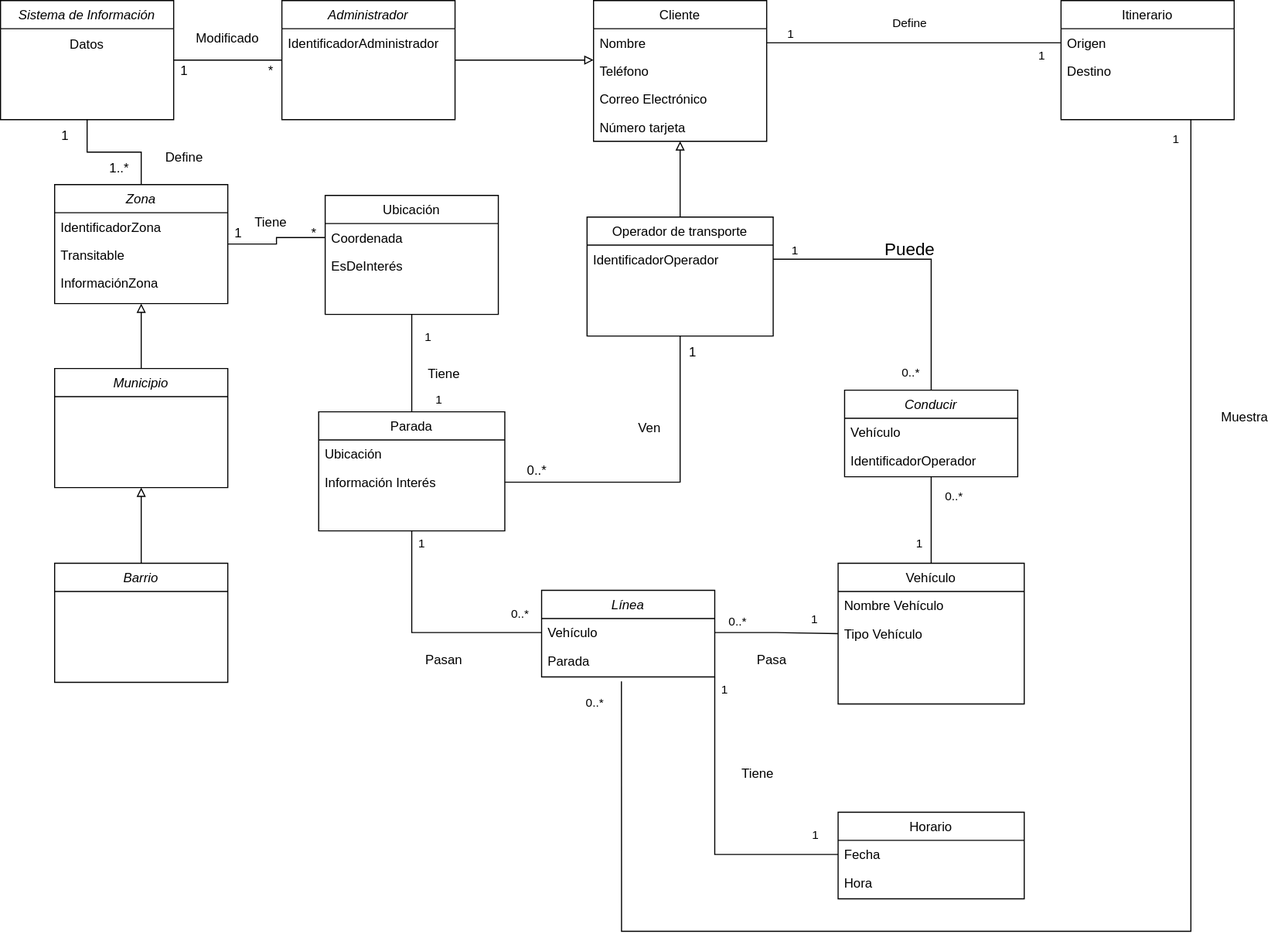
Above: Proyecto/svgs/DiagramaSIIT.drawio (1).svg in javimlopez/INRE-UAL-Azul-2022 (draw.io), before the change. Source tidied: cells renumbered, new cells last; positions are measured from the earlier drawing's top-left corner, leaving out a move shared by most shapes.
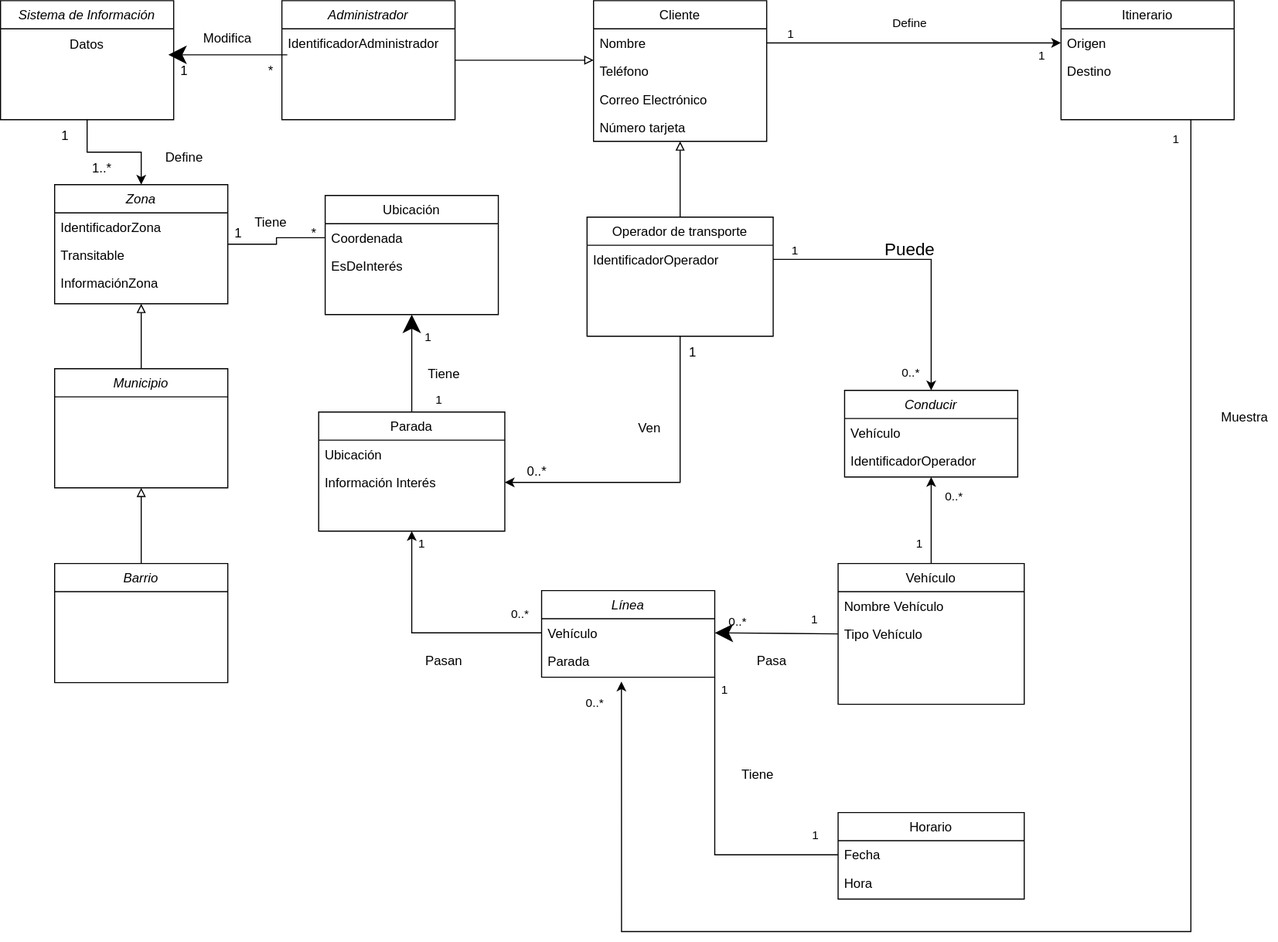
Above is the later version.

What changed in the source:
```diff
@@ -16,14 +16,6 @@
     <mxCell id="4" value="IdentificadorAdministrador" style="text;align=left;verticalAlign=top;spacingLeft=4;spacingRight=4;overflow=hidden;" parent="3" vertex="1">
       <mxGeometry y="26" width="160" height="26" as="geometry" />
     </mxCell>
-    <mxCell id="5" style="edgeStyle=orthogonalEdgeStyle;rounded=0;jettySize=auto;html=1;exitX=0.5;exitY=1;exitDx=0;exitDy=0;entryX=0.5;entryY=0;entryDx=0;entryDy=0;endArrow=none;endFill=0;" parent="1" edge="1" source="6" target="28">
-      <mxGeometry relative="1" as="geometry">
-        <Array as="points">
-          <mxPoint x="380" y="310" />
-          <mxPoint x="380" y="310" />
-        </Array>
-      </mxGeometry>
-    </mxCell>
     <mxCell id="6" value="Ubicación" style="swimlane;fontStyle=0;align=center;verticalAlign=top;horizontal=1;startSize=26;rounded=0;shadow=0;strokeWidth=1;" parent="1" vertex="1">
       <mxGeometry x="300" y="180" width="160" height="110" as="geometry" />
     </mxCell>
@@ -33,7 +25,7 @@
     <mxCell id="8" value="EsDeInterés" style="text;align=left;verticalAlign=top;spacingLeft=4;spacingRight=4;overflow=hidden;" parent="6" vertex="1">
       <mxGeometry y="52" width="160" height="26" as="geometry" />
     </mxCell>
-    <mxCell id="9" style="edgeStyle=orthogonalEdgeStyle;rounded=0;jettySize=auto;html=1;exitX=0.75;exitY=1;exitDx=0;exitDy=0;entryX=0.461;entryY=1.231;entryDx=0;entryDy=0;endArrow=none;endFill=0;entryPerimeter=0;" parent="1" edge="1" source="10" target="21">
+    <mxCell id="9" style="edgeStyle=orthogonalEdgeStyle;rounded=0;jettySize=auto;html=1;exitX=0.75;exitY=1;exitDx=0;exitDy=0;entryX=0.461;entryY=1.231;entryDx=0;entryDy=0;endArrow=classic;endFill=1;entryPerimeter=0;" parent="1" edge="1" source="10" target="21">
       <mxGeometry relative="1" as="geometry">
         <Array as="points">
           <mxPoint x="1100" y="860" />
@@ -77,7 +69,7 @@
     <mxCell id="21" value="Parada" style="text;align=left;verticalAlign=top;spacingLeft=4;spacingRight=4;overflow=hidden;points=[[0,0.5],[1,0.5]];portConstraint=eastwest;rounded=0;shadow=0;html=0;" parent="19" vertex="1">
       <mxGeometry y="52" width="160" height="26" as="geometry" />
     </mxCell>
-    <mxCell id="22" style="edgeStyle=orthogonalEdgeStyle;rounded=0;jettySize=auto;html=1;exitX=0.5;exitY=1;exitDx=0;exitDy=0;entryX=1;entryY=0.5;entryDx=0;entryDy=0;endArrow=none;endFill=0;" parent="1" edge="1" source="23" target="30">
+    <mxCell id="22" style="edgeStyle=orthogonalEdgeStyle;rounded=0;jettySize=auto;html=1;exitX=0.5;exitY=1;exitDx=0;exitDy=0;entryX=1;entryY=0.5;entryDx=0;entryDy=0;endArrow=classic;endFill=1;" parent="1" edge="1" source="23" target="30">
       <mxGeometry relative="1" as="geometry" />
     </mxCell>
     <mxCell id="23" value="Operador de transporte" style="swimlane;fontStyle=0;align=center;verticalAlign=top;horizontal=1;startSize=26;rounded=0;shadow=0;strokeWidth=1;" parent="1" vertex="1">
@@ -95,6 +87,9 @@
     <mxCell id="27" value="Hora" style="text;align=left;verticalAlign=top;spacingLeft=4;spacingRight=4;overflow=hidden;" parent="25" vertex="1">
       <mxGeometry y="52" width="172" height="26" as="geometry" />
     </mxCell>
+    <mxCell id="91" style="edgeStyle=none;rounded=0;jettySize=auto;html=1;exitX=0.5;exitY=0;exitDx=0;exitDy=0;entryX=0.5;entryY=1;entryDx=0;entryDy=0;fontSize=12;endArrow=classic;endFill=1;startSize=14;endSize=14;sourcePerimeterSpacing=8;targetPerimeterSpacing=6;" parent="1" edge="1" source="28" target="6">
+      <mxGeometry relative="1" as="geometry" />
+    </mxCell>
     <mxCell id="28" value="Parada" style="swimlane;fontStyle=0;align=center;verticalAlign=top;horizontal=1;startSize=26;rounded=0;shadow=0;strokeWidth=1;" parent="1" vertex="1">
       <mxGeometry x="294" y="380" width="172" height="110" as="geometry" />
     </mxCell>
@@ -104,7 +99,7 @@
     <mxCell id="30" value="Información Interés" style="text;align=left;verticalAlign=top;spacingLeft=4;spacingRight=4;overflow=hidden;points=[[0,0.5],[1,0.5]];portConstraint=eastwest;" parent="28" vertex="1">
       <mxGeometry y="52" width="172" height="26" as="geometry" />
     </mxCell>
-    <mxCell id="31" style="edgeStyle=orthogonalEdgeStyle;rounded=0;jettySize=auto;html=1;exitX=0.5;exitY=0;exitDx=0;exitDy=0;endArrow=none;endFill=0;" parent="1" edge="1" source="32" target="36">
+    <mxCell id="31" style="edgeStyle=orthogonalEdgeStyle;rounded=0;jettySize=auto;html=1;exitX=0.5;exitY=0;exitDx=0;exitDy=0;endArrow=classic;endFill=1;" parent="1" edge="1" source="32" target="36">
       <mxGeometry relative="1" as="geometry" />
     </mxCell>
     <mxCell id="32" value="Vehículo" style="swimlane;fontStyle=0;align=center;verticalAlign=top;horizontal=1;startSize=26;rounded=0;shadow=0;strokeWidth=1;" parent="1" vertex="1">
@@ -128,7 +123,7 @@
     <mxCell id="38" value="IdentificadorOperador" style="text;align=left;verticalAlign=top;spacingLeft=4;spacingRight=4;overflow=hidden;rounded=0;shadow=0;html=0;" parent="36" vertex="1">
       <mxGeometry y="52" width="160" height="26" as="geometry" />
     </mxCell>
-    <mxCell id="39" style="edgeStyle=orthogonalEdgeStyle;rounded=0;jettySize=auto;html=1;exitX=1;exitY=0.5;exitDx=0;exitDy=0;entryX=0.5;entryY=0;entryDx=0;entryDy=0;endArrow=none;endFill=0;" parent="1" edge="1" source="24" target="36">
+    <mxCell id="39" style="edgeStyle=orthogonalEdgeStyle;rounded=0;jettySize=auto;html=1;exitX=1;exitY=0.5;exitDx=0;exitDy=0;entryX=0.5;entryY=0;entryDx=0;entryDy=0;endArrow=classic;endFill=1;" parent="1" edge="1" source="24" target="36">
       <mxGeometry relative="1" as="geometry" />
     </mxCell>
     <mxCell id="40" value="1" style="edgeLabel;html=1;align=center;verticalAlign=middle;" parent="39" vertex="1">
@@ -141,12 +136,9 @@
         <mxPoint x="-17" as="offset" />
       </mxGeometry>
     </mxCell>
-    <mxCell id="42" style="edgeStyle=orthogonalEdgeStyle;rounded=0;jettySize=auto;html=1;exitX=0;exitY=0.5;exitDx=0;exitDy=0;entryX=0.5;entryY=1;entryDx=0;entryDy=0;endArrow=none;endFill=0;" parent="1" edge="1" source="20" target="28">
+    <mxCell id="42" style="edgeStyle=orthogonalEdgeStyle;rounded=0;jettySize=auto;html=1;exitX=0;exitY=0.5;exitDx=0;exitDy=0;entryX=0.5;entryY=1;entryDx=0;entryDy=0;endArrow=classic;endFill=1;" parent="1" edge="1" source="20" target="28">
       <mxGeometry relative="1" as="geometry" />
     </mxCell>
-    <mxCell id="43" style="edgeStyle=orthogonalEdgeStyle;rounded=0;jettySize=auto;html=1;exitX=1;exitY=0.5;exitDx=0;exitDy=0;endArrow=none;endFill=0;" parent="1" edge="1" source="20" target="32">
-      <mxGeometry relative="1" as="geometry" />
-    </mxCell>
     <mxCell id="44" value="1" style="edgeLabel;html=1;align=center;verticalAlign=middle;" parent="1" vertex="1">
       <mxGeometry x="743" y="240" as="geometry">
         <mxPoint x="8" y="331" as="offset" />
@@ -177,7 +169,7 @@
         <mxPoint x="30" y="104" as="offset" />
       </mxGeometry>
     </mxCell>
-    <mxCell id="50" style="edgeStyle=orthogonalEdgeStyle;rounded=0;jettySize=auto;html=1;exitX=1;exitY=0.5;exitDx=0;exitDy=0;entryX=0;entryY=0.5;entryDx=0;entryDy=0;endArrow=none;endFill=0;" parent="1" edge="1" source="14" target="11">
+    <mxCell id="50" style="edgeStyle=orthogonalEdgeStyle;rounded=0;jettySize=auto;html=1;exitX=1;exitY=0.5;exitDx=0;exitDy=0;entryX=0;entryY=0.5;entryDx=0;entryDy=0;endArrow=classic;endFill=1;" parent="1" edge="1" source="14" target="11">
       <mxGeometry relative="1" as="geometry" />
     </mxCell>
     <mxCell id="51" value="1" style="edgeLabel;html=1;align=center;verticalAlign=middle;" parent="50" vertex="1">
@@ -257,12 +249,9 @@
     <mxCell id="71" value="0..*" style="text;html=1;strokeColor=none;fillColor=none;align=center;verticalAlign=middle;whiteSpace=wrap;rounded=0;" parent="1" vertex="1">
       <mxGeometry x="466" y="420" width="60" height="30" as="geometry" />
     </mxCell>
-    <mxCell id="72" style="edgeStyle=orthogonalEdgeStyle;rounded=0;jettySize=auto;html=1;exitX=0.5;exitY=1;exitDx=0;exitDy=0;entryX=0.5;entryY=0;entryDx=0;entryDy=0;endArrow=none;endFill=0;" parent="1" edge="1" source="74" target="57">
+    <mxCell id="72" style="edgeStyle=orthogonalEdgeStyle;rounded=0;jettySize=auto;html=1;exitX=0.5;exitY=1;exitDx=0;exitDy=0;entryX=0.5;entryY=0;entryDx=0;entryDy=0;endArrow=classic;endFill=1;" parent="1" edge="1" source="74" target="57">
       <mxGeometry relative="1" as="geometry" />
     </mxCell>
-    <mxCell id="73" style="edgeStyle=orthogonalEdgeStyle;rounded=0;jettySize=auto;html=1;exitX=1;exitY=0.5;exitDx=0;exitDy=0;endArrow=none;endFill=0;" parent="1" edge="1" source="74" target="3">
-      <mxGeometry relative="1" as="geometry" />
-    </mxCell>
     <mxCell id="74" value="Sistema de Información" style="swimlane;fontStyle=2;align=center;verticalAlign=top;horizontal=1;startSize=26;rounded=0;shadow=0;strokeWidth=1;" parent="1" vertex="1">
       <mxGeometry width="160" height="110" as="geometry" />
     </mxCell>
@@ -281,10 +270,13 @@
     <mxCell id="79" value="1" style="text;html=1;strokeColor=none;fillColor=none;align=center;verticalAlign=middle;whiteSpace=wrap;rounded=0;" parent="1" vertex="1">
       <mxGeometry x="140" y="50" width="60" height="30" as="geometry" />
     </mxCell>
+    <mxCell id="92" style="edgeStyle=none;rounded=0;jettySize=auto;html=1;exitX=0.75;exitY=0;exitDx=0;exitDy=0;entryX=0.25;entryY=0;entryDx=0;entryDy=0;fontSize=12;endArrow=classic;endFill=1;startSize=14;endSize=14;sourcePerimeterSpacing=8;targetPerimeterSpacing=6;" parent="1" edge="1" source="80" target="79">
+      <mxGeometry relative="1" as="geometry" />
+    </mxCell>
     <mxCell id="80" value="*" style="text;html=1;strokeColor=none;fillColor=none;align=center;verticalAlign=middle;whiteSpace=wrap;rounded=0;" parent="1" vertex="1">
       <mxGeometry x="220" y="50" width="60" height="30" as="geometry" />
     </mxCell>
-    <mxCell id="81" value="Modificado" style="text;html=1;strokeColor=none;fillColor=none;align=center;verticalAlign=middle;whiteSpace=wrap;rounded=0;" parent="1" vertex="1">
+    <mxCell id="81" value="Modifica" style="text;html=1;strokeColor=none;fillColor=none;align=center;verticalAlign=middle;whiteSpace=wrap;rounded=0;" parent="1" vertex="1">
       <mxGeometry x="180" y="20" width="60" height="30" as="geometry" />
     </mxCell>
     <mxCell id="82" value="Define" style="text;html=1;strokeColor=none;fillColor=none;align=center;verticalAlign=middle;whiteSpace=wrap;rounded=0;" parent="1" vertex="1">
@@ -294,7 +286,7 @@
       <mxGeometry x="30" y="110" width="60" height="30" as="geometry" />
     </mxCell>
     <mxCell id="84" value="1..*" style="text;html=1;strokeColor=none;fillColor=none;align=center;verticalAlign=middle;whiteSpace=wrap;rounded=0;" parent="1" vertex="1">
-      <mxGeometry x="80" y="140" width="60" height="30" as="geometry" />
+      <mxGeometry x="64" y="140" width="60" height="30" as="geometry" />
     </mxCell>
     <mxCell id="85" value="1" style="edgeLabel;html=1;align=center;verticalAlign=middle;" parent="1" vertex="1">
       <mxGeometry x="970.1" y="60" as="geometry">
@@ -318,5 +310,8 @@
     <mxCell id="90" value="Puede" style="text;html=1;align=center;verticalAlign=middle;strokeColor=none;fillColor=none;fontSize=16;" parent="1" vertex="1">
       <mxGeometry x="805" y="215" width="70" height="30" as="geometry" />
     </mxCell>
+    <mxCell id="93" style="edgeStyle=none;rounded=0;jettySize=auto;html=1;exitX=0;exitY=0.5;exitDx=0;exitDy=0;entryX=1;entryY=0.5;entryDx=0;entryDy=0;fontSize=12;endArrow=classic;endFill=1;startSize=14;endSize=14;sourcePerimeterSpacing=8;targetPerimeterSpacing=6;" parent="1" edge="1" source="34" target="20">
+      <mxGeometry relative="1" as="geometry" />
+    </mxCell>
   </root>
 </mxGraphModel>
```
